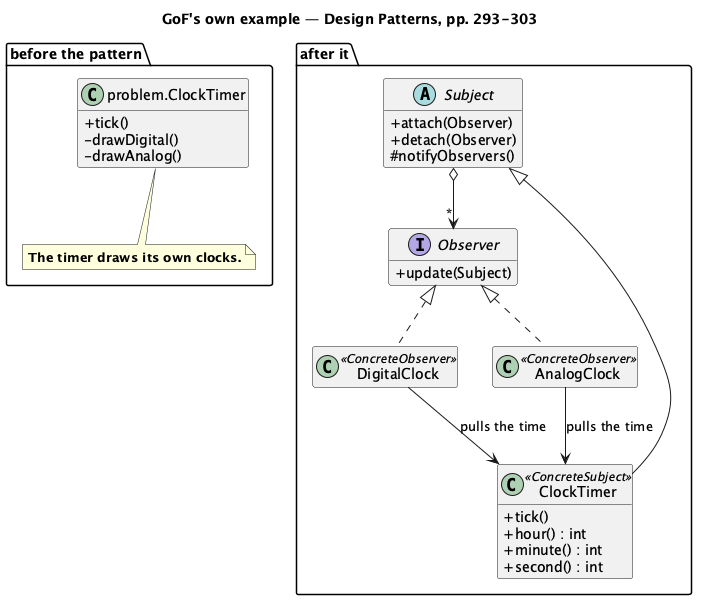
Earlier version of the PlantUML export src/main/java/dev/kaldiroglu/dp/behavioral/observer/gof/uml/Observer - Clock Timer (GoF) - Class Diagram.png (kaldiroglu/DesignPatternsWithJava). Its source is kept beside it as src/main/java/dev/kaldiroglu/dp/behavioral/observer/gof/uml/Observer - Clock Timer (GoF) - Class Diagram.puml. Its diagram source:
```plantuml
@startuml "Observer - Clock Timer (GoF) - Class Diagram"
skinparam classAttributeIconSize 0
hide empty members
title GoF's own example — Design Patterns, pp. 293-303
package "before the pattern" {
  class "problem.ClockTimer" as P {
    + tick()
    - drawDigital()
    - drawAnalog()
  }
  note bottom of P
    <b>The timer draws its own clocks.</b>
  end note
}
package "after it" {
  abstract class Subject {
    + attach(Observer)
    + detach(Observer)
    # notifyObservers()
  }
  interface Observer {
    + update(Subject)
  }
  class ClockTimer <<ConcreteSubject>> {
    + tick()
    + hour() : int
    + minute() : int
    + second() : int
  }
  class DigitalClock <<ConcreteObserver>>
  class AnalogClock <<ConcreteObserver>>
  Subject o--> "*" Observer
  Subject <|-- ClockTimer
  Observer <|.. DigitalClock
  Observer <|.. AnalogClock
  DigitalClock --> ClockTimer : pulls the time
  AnalogClock --> ClockTimer : pulls the time
}
P -[hidden]right- Subject
@enduml
```
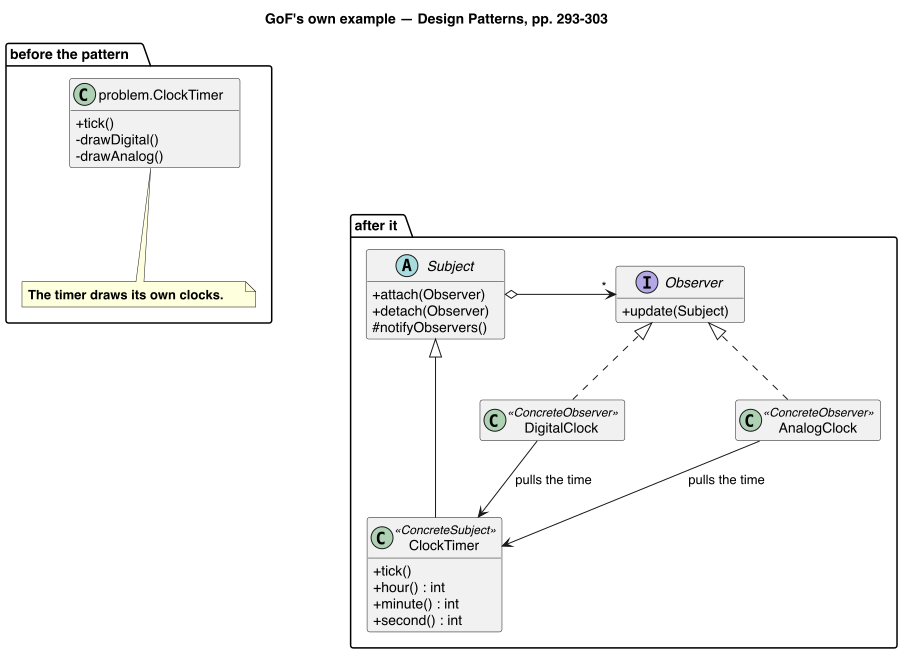
The same file after the commit.

Commit message:
Observer gof diagram: ClockTimer right below Subject, Observer centered over the clocks

The is-a lines are straight. They are redrawn in the SVG after PlantUML runs,
and the PNG is drawn from that SVG.

Diff of the diagram source:
```diff
@@ -1,6 +1,7 @@
 @startuml "Observer - Clock Timer (GoF) - Class Diagram"
 skinparam classAttributeIconSize 0
 hide empty members
+skinparam nodesep 111
 title GoF's own example — Design Patterns, pp. 293-303
 package "before the pattern" {
   class "problem.ClockTimer" as P {
@@ -29,12 +30,17 @@
   }
   class DigitalClock <<ConcreteObserver>>
   class AnalogClock <<ConcreteObserver>>
-  Subject o--> "*" Observer
-  Subject <|-- ClockTimer
+  Subject o-right-> "*" Observer
+  Subject <|--- ClockTimer
   Observer <|.. DigitalClock
   Observer <|.. AnalogClock
   DigitalClock --> ClockTimer : pulls the time
   AnalogClock --> ClockTimer : pulls the time
+  DigitalClock -[hidden]right- AnalogClock
+  Subject -[hidden]-- ClockTimer
+  Subject -[hidden]-- ClockTimer
+  Subject -[hidden]-- ClockTimer
+  Subject -[hidden]-- ClockTimer
 }
-P -[hidden]right- Subject
+P -[hidden]down- Subject
 @enduml
```
